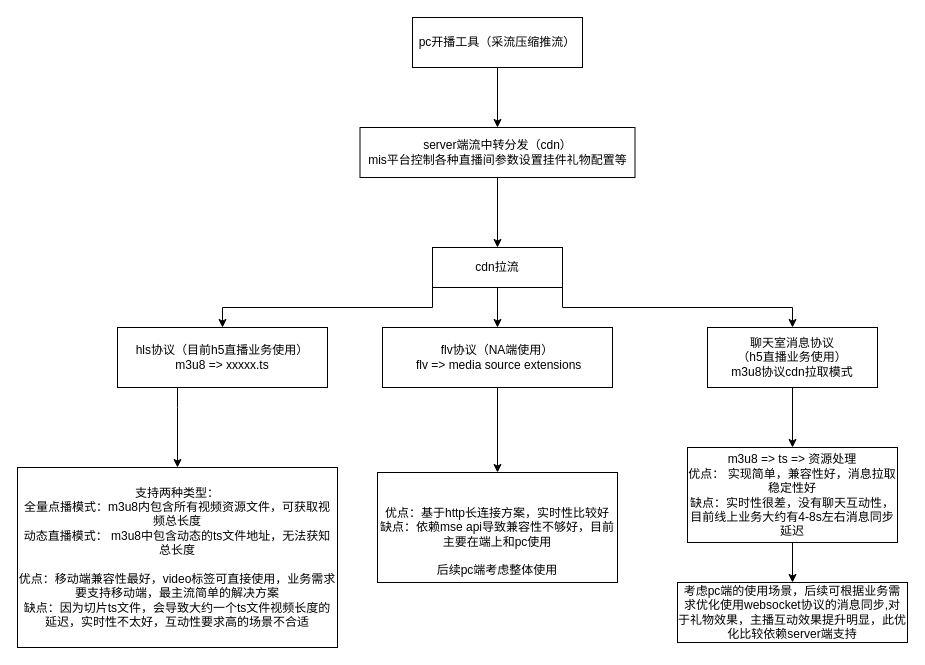
Earlier version of the draw.io diagram live.drawio (blossom91/vtpl). Source tidied: cells renumbered, new cells numbered last; positions are measured from the earlier drawing's top-left corner, leaving out a move shared by most shapes. Both pictures are drawn from the tidied source at 100%, with x=0, y=0 at pixel (17, 17).
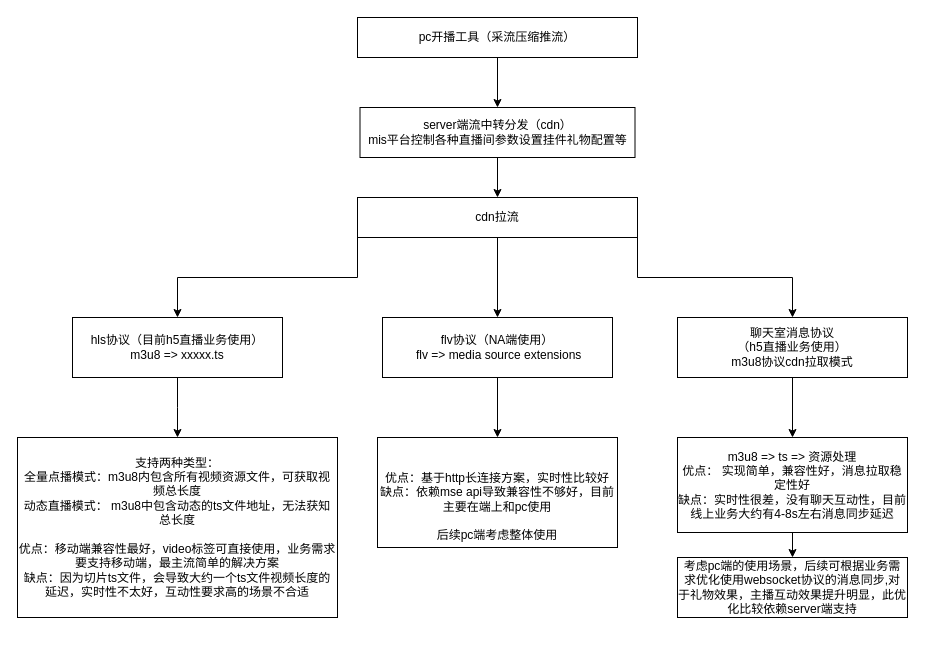
The same diagram, later.

Diff of the diagram source:
```diff
@@
     <mxCell id="3" value="pc开播工具（采流压缩推流）" style="rounded=0;whiteSpace=wrap;html=1;" parent="1" vertex="1">
-      <mxGeometry x="395" width="170" height="50" as="geometry" />
+      <mxGeometry x="340" width="280" height="40" as="geometry" />
     </mxCell>
@@
     <mxCell id="5" value="server端流中转分发（cdn）&lt;br&gt;mis平台控制各种直播间参数设置挂件礼物配置等" style="rounded=0;whiteSpace=wrap;html=1;" parent="1" vertex="1">
-      <mxGeometry x="342.5" y="110" width="275" height="50" as="geometry" />
+      <mxGeometry x="342.5" y="90" width="275" height="50" as="geometry" />
     </mxCell>
-    <mxCell id="6" style="edgeStyle=orthogonalEdgeStyle;rounded=0;jettySize=auto;html=1;exitX=0;exitY=1;exitDx=0;exitDy=0;" parent="1" edge="1" source="9" target="11">
+    <mxCell id="6" style="edgeStyle=orthogonalEdgeStyle;rounded=0;jettySize=auto;html=1;exitX=0;exitY=1;exitDx=0;exitDy=0;entryX=0.5;entryY=0;entryDx=0;entryDy=0;" parent="1" edge="1" source="9" target="11">
       <mxGeometry relative="1" as="geometry" />
     </mxCell>
     <mxCell id="7" style="edgeStyle=orthogonalEdgeStyle;rounded=0;jettySize=auto;html=1;" parent="1" edge="1" source="9" target="17">
       <mxGeometry relative="1" as="geometry">
         <Array as="points">
-          <mxPoint x="545" y="290" />
-          <mxPoint x="775" y="290" />
+          <mxPoint x="620" y="260" />
+          <mxPoint x="775" y="260" />
         </Array>
       </mxGeometry>
     </mxCell>
@@
     <mxCell id="9" value="cdn拉流" style="rounded=0;whiteSpace=wrap;html=1;" parent="1" vertex="1">
-      <mxGeometry x="415" y="230" width="130" height="40" as="geometry" />
+      <mxGeometry x="340" y="180" width="280" height="40" as="geometry" />
     </mxCell>
@@
     <mxCell id="11" value="hls协议（目前h5直播业务使用）&lt;br&gt;m3u8 =&amp;gt; xxxxx.ts" style="rounded=0;whiteSpace=wrap;html=1;" parent="1" vertex="1">
-      <mxGeometry x="100" y="310" width="210" height="60" as="geometry" />
+      <mxGeometry x="55" y="300" width="210" height="60" as="geometry" />
     </mxCell>
     <mxCell id="12" value="支持两种类型：&lt;br&gt;&lt;span&gt;全量点播模式：m3u8内包含所有视频资源文件，可获取视频总长度&lt;br&gt;动态直播模式： m3u8中包含动态的ts文件地址，无法获知总长度&lt;br&gt;&lt;br&gt;优点：移动端兼容性最好，video标签可直接使用，业务需求要支持移动端，最主流简单的解决方案&lt;br&gt;&lt;/span&gt;缺点：因为切片ts文件，会导致大约一个ts文件视频长度的延迟，实时性不太好，互动性要求高的场景不合适" style="rounded=0;whiteSpace=wrap;html=1;" parent="1" vertex="1">
-      <mxGeometry y="450" width="320" height="180" as="geometry" />
+      <mxGeometry y="420" width="320" height="180" as="geometry" />
     </mxCell>
@@
     <mxCell id="14" value="flv协议（NA端使用）&lt;br&gt;&amp;nbsp;flv =&amp;gt; media source extensions" style="rounded=0;whiteSpace=wrap;html=1;" parent="1" vertex="1">
-      <mxGeometry x="365" y="310" width="230" height="60" as="geometry" />
+      <mxGeometry x="365" y="300" width="230" height="60" as="geometry" />
     </mxCell>
     <mxCell id="15" value="&lt;span&gt;&lt;br&gt;&lt;br&gt;优点：&lt;/span&gt;基于http长连接方案，实时性比较好&lt;br&gt;缺点：依赖mse api导致兼容性不够好，目前主要在端上和pc使用&lt;br&gt;&lt;br&gt;后续pc端考虑整体使用" style="rounded=0;whiteSpace=wrap;html=1;" parent="1" vertex="1">
-      <mxGeometry x="360" y="455" width="240" height="110" as="geometry" />
+      <mxGeometry x="360" y="420" width="240" height="110" as="geometry" />
     </mxCell>
@@
     <mxCell id="17" value="聊天室消息协议&lt;br&gt;（h5直播业务使用）&lt;br&gt;m3u8协议cdn拉取模式" style="whiteSpace=wrap;html=1;rounded=0;" parent="1" vertex="1">
-      <mxGeometry x="690" y="310" width="170" height="60" as="geometry" />
+      <mxGeometry x="660" y="300" width="230" height="60" as="geometry" />
     </mxCell>
@@
     <mxCell id="19" value="m3u8 =&amp;gt; ts =&amp;gt; 资源处理&lt;br&gt;优点： 实现简单，兼容性好，消息拉取稳定性好&lt;br&gt;缺点：实时性很差，没有聊天互动性，目前线上业务大约有4-8s左右消息同步延迟" style="rounded=0;whiteSpace=wrap;html=1;" parent="1" vertex="1">
-      <mxGeometry x="670" y="430" width="210" height="95" as="geometry" />
+      <mxGeometry x="660" y="420" width="230" height="95" as="geometry" />
     </mxCell>
     <mxCell id="20" value="考虑pc端的使用场景，后续可根据业务需求优化使用websocket协议的消息同步,对于礼物效果，主播互动效果提升明显，此优化比较依赖server端支持" style="rounded=0;whiteSpace=wrap;html=1;" parent="1" vertex="1">
-      <mxGeometry x="660" y="565" width="230" height="60" as="geometry" />
+      <mxGeometry x="660" y="540" width="230" height="60" as="geometry" />
     </mxCell>
```
